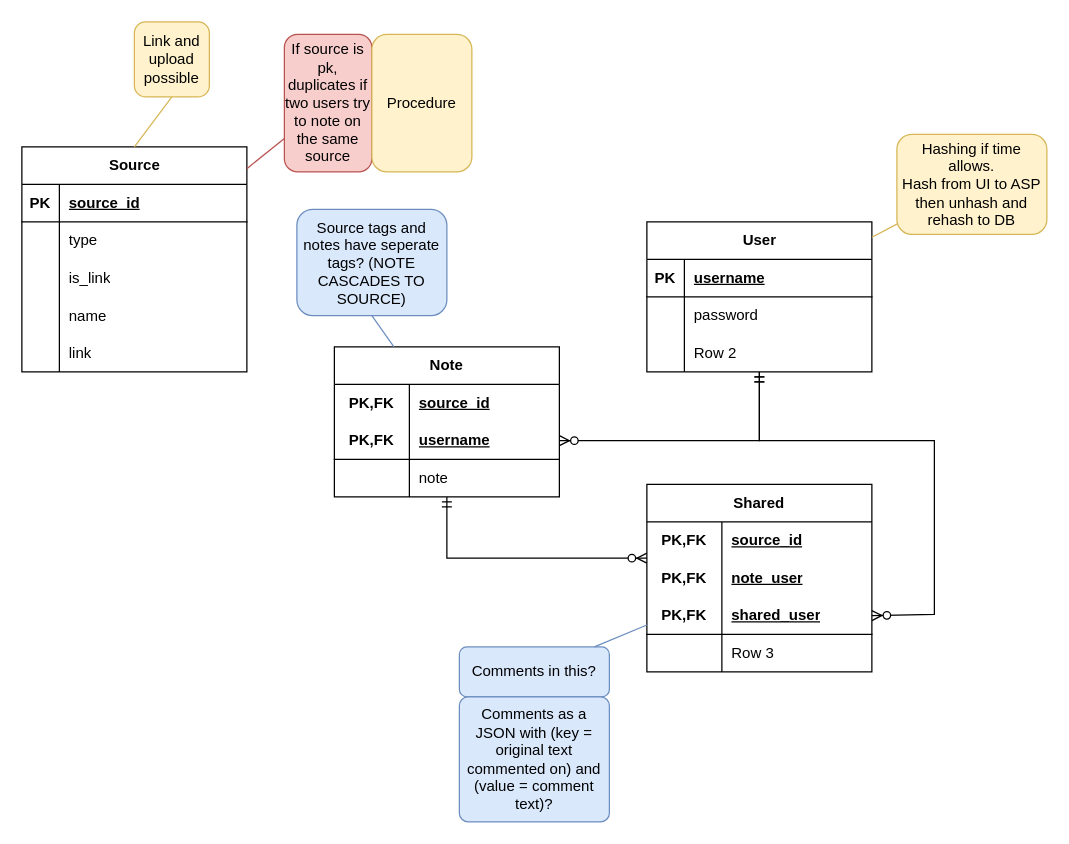
StevenKight/CS4982-Group-2 keeps this draw.io diagram as Documentation/Database/DB - ERD.drawio. Above is the earlier version. Source tidied: cells renumbered, new cells numbered last; positions are measured from the earlier drawing's top-left corner, leaving out a move shared by most shapes. Both pictures are drawn from the tidied source at 125%, with x=0, y=0 at pixel (21, 21).
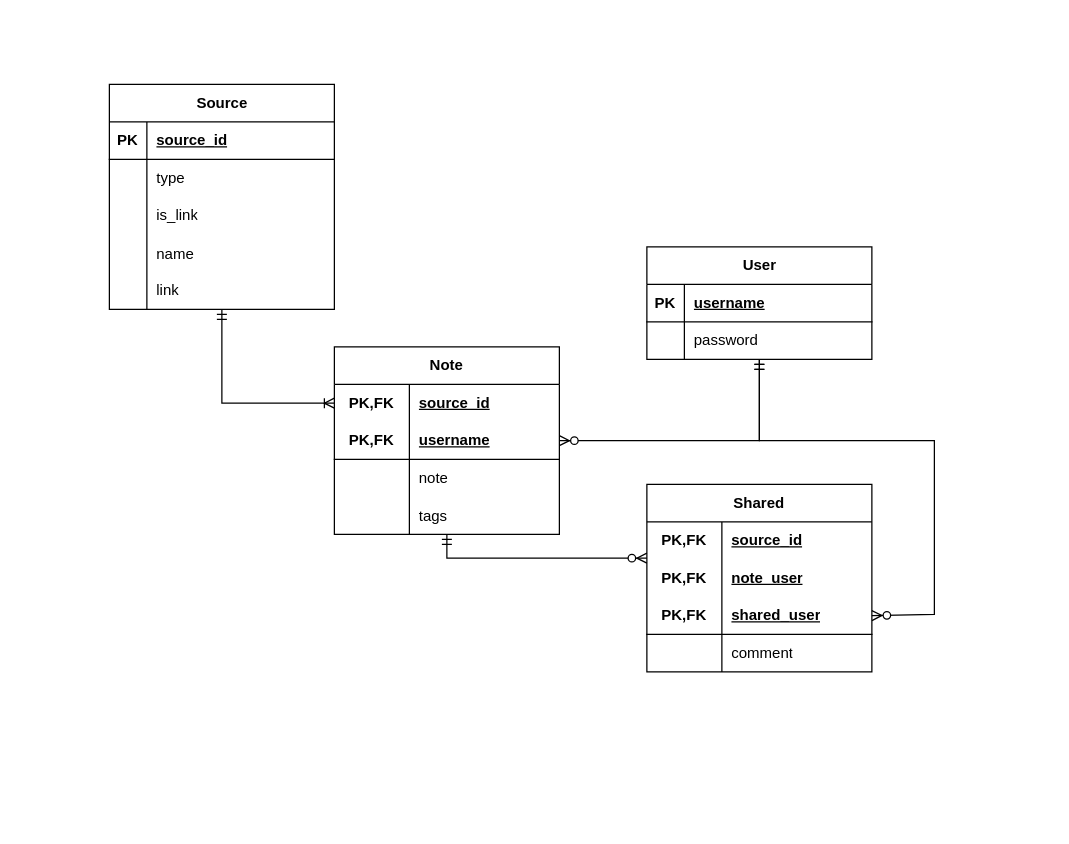
After the change.

Commit message (it also covers changes not shown here):
Finalize ERD and add tables and dummy data to SQL Server project.

Unchanged cells that the change refers to:
```xml
<mxCell id="19" style="shape=tableRow;horizontal=0;startSize=0;swimlaneHead=0;swimlaneBody=0;fillColor=none;points=[[0,0.5],[1,0.5]];portConstraint=eastwest;top=0;left=0;right=0;bottom=0;html=1;" parent="18" vertex="1">
  <mxGeometry y="30" width="180" height="30" as="geometry" />
</mxCell>
<mxCell id="45" value="Shared" style="shape=table;startSize=30;childLayout=tableLayout;rowLines=0;fontStyle=1;align=center;html=1;whiteSpace=wrap;" parent="1" vertex="1">
  <mxGeometry x="500" y="370" width="180" height="150" as="geometry" />
</mxCell>
<mxCell id="55" style="shape=tableRow;horizontal=0;startSize=0;swimlaneHead=0;swimlaneBody=0;fillColor=none;top=0;left=0;right=0;bottom=0;html=1;" parent="45" vertex="1">
  <mxGeometry y="120" width="180" height="30" as="geometry" />
</mxCell>
```

The edit, as a diff of the source:
```diff
@@
     <mxCell id="2" value="Source" style="shape=table;startSize=30;childLayout=tableLayout;rowLines=0;fontStyle=1;align=center;html=1;" parent="1" vertex="1">
-      <mxGeometry y="100" width="180" height="180" as="geometry" />
+      <mxGeometry x="70" y="50" width="180" height="180" as="geometry" />
     </mxCell>
@@
     <mxCell id="18" value="Note" style="shape=table;startSize=30;childLayout=tableLayout;rowLines=0;fontStyle=1;align=center;html=1;whiteSpace=wrap;" parent="1" vertex="1">
-      <mxGeometry x="250" y="260" width="180" height="120" as="geometry" />
+      <mxGeometry x="250" y="260" width="180" height="150" as="geometry" />
     </mxCell>
@@
+    <mxCell id="66" style="shape=tableRow;horizontal=0;startSize=0;swimlaneHead=0;swimlaneBody=0;fillColor=none;top=0;left=0;right=0;bottom=0;" parent="18" vertex="1">
+      <mxGeometry y="120" width="180" height="30" as="geometry" />
+    </mxCell>
+    <mxCell id="67" style="shape=partialRectangle;fillColor=none;top=0;left=0;bottom=0;right=0;overflow=hidden;" parent="66" vertex="1">
+      <mxGeometry width="60" height="30" as="geometry" />
+    </mxCell>
+    <mxCell id="68" value="tags" style="shape=partialRectangle;fillColor=none;top=0;left=0;bottom=0;right=0;align=left;spacingLeft=6;overflow=hidden;" parent="66" vertex="1">
+      <mxGeometry x="60" width="120" height="30" as="geometry" />
+    </mxCell>
     <mxCell id="28" value="User" style="shape=table;startSize=30;childLayout=tableLayout;rowLines=0;fontStyle=1;align=center;html=1;" parent="1" vertex="1">
-      <mxGeometry x="500" y="160" width="180" height="120" as="geometry" />
+      <mxGeometry x="500" y="180" width="180" height="90" as="geometry" />
     </mxCell>
@@
-    <mxCell id="35" style="shape=tableRow;horizontal=0;startSize=0;swimlaneHead=0;swimlaneBody=0;fillColor=none;top=0;left=0;right=0;bottom=0;" parent="28" vertex="1">
-      <mxGeometry y="90" width="180" height="30" as="geometry" />
-    </mxCell>
-    <mxCell id="36" style="shape=partialRectangle;fillColor=none;top=0;left=0;bottom=0;right=0;overflow=hidden;whiteSpace=wrap;html=1;" parent="35" vertex="1">
-      <mxGeometry width="30" height="30" as="geometry" />
-    </mxCell>
-    <mxCell id="37" value="Row 2" style="shape=partialRectangle;fillColor=none;top=0;left=0;bottom=0;right=0;align=left;spacingLeft=6;overflow=hidden;whiteSpace=wrap;html=1;" parent="35" vertex="1">
-      <mxGeometry x="30" width="150" height="30" as="geometry" />
-    </mxCell>
-    <mxCell id="38" value="Link and upload possible" style="rounded=1;whiteSpace=wrap;html=1;fillColor=#fff2cc;strokeColor=#d6b656;" parent="1" vertex="1">
-      <mxGeometry x="90" width="60" height="60" as="geometry" />
-    </mxCell>
-    <mxCell id="39" style="endArrow=none;html=1;rounded=0;exitX=0.5;exitY=0;exitDx=0;exitDy=0;entryX=0.5;entryY=1;entryDx=0;entryDy=0;fillColor=#fff2cc;strokeColor=#d6b656;" parent="1" edge="1" source="2" target="38">
-      <mxGeometry relative="1" as="geometry" />
-    </mxCell>
@@
-    <mxCell id="41" value="If source is pk, duplicates if two users try to note on the same source" style="rounded=1;whiteSpace=wrap;html=1;fillColor=#f8cecc;strokeColor=#b85450;" parent="1" vertex="1">
-      <mxGeometry x="210" y="10" width="70" height="110" as="geometry" />
-    </mxCell>
-    <mxCell id="42" style="endArrow=none;html=1;rounded=0;fillColor=#f8cecc;strokeColor=#b85450;" parent="1" edge="1" source="2" target="41">
-      <mxGeometry relative="1" as="geometry" />
-    </mxCell>
-    <mxCell id="43" value="Source tags and notes have seperate tags? (NOTE CASCADES TO SOURCE)" style="rounded=1;whiteSpace=wrap;html=1;fillColor=#dae8fc;strokeColor=#6c8ebf;" parent="1" vertex="1">
-      <mxGeometry x="220" y="150" width="120" height="85" as="geometry" />
-    </mxCell>
-    <mxCell id="44" style="endArrow=none;html=1;rounded=0;entryX=0.5;entryY=1;entryDx=0;entryDy=0;fillColor=#dae8fc;strokeColor=#6c8ebf;" parent="1" edge="1" source="18" target="43">
-      <mxGeometry relative="1" as="geometry" />
-    </mxCell>
@@
-    <mxCell id="57" value="Row 3" style="shape=partialRectangle;fillColor=none;top=0;left=0;bottom=0;right=0;align=left;spacingLeft=6;overflow=hidden;html=1;whiteSpace=wrap;" parent="55" vertex="1">
+    <mxCell id="57" value="comment" style="shape=partialRectangle;fillColor=none;top=0;left=0;bottom=0;right=0;align=left;spacingLeft=6;overflow=hidden;html=1;whiteSpace=wrap;" parent="55" vertex="1">
       <mxGeometry x="60" width="120" height="30" as="geometry" />
     </mxCell>
@@
-    <mxCell id="60" value="Comments in this?" style="rounded=1;whiteSpace=wrap;html=1;fillColor=#dae8fc;strokeColor=#6c8ebf;" parent="1" vertex="1">
-      <mxGeometry x="350" y="500" width="120" height="40" as="geometry" />
-    </mxCell>
-    <mxCell id="61" style="endArrow=none;html=1;rounded=0;fillColor=#dae8fc;strokeColor=#6c8ebf;" parent="1" edge="1" source="60" target="45">
-      <mxGeometry relative="1" as="geometry" />
-    </mxCell>
-    <mxCell id="62" value="Comments as a JSON with (key = original text commented on) and (value = comment text)?" style="rounded=1;whiteSpace=wrap;html=1;fillColor=#dae8fc;strokeColor=#6c8ebf;arcSize=7;" parent="1" vertex="1">
-      <mxGeometry x="350" y="540" width="120" height="100" as="geometry" />
-    </mxCell>
-    <mxCell id="63" value="Hashing if time allows.&lt;br&gt;Hash from UI to ASP then unhash and rehash to DB" style="rounded=1;whiteSpace=wrap;html=1;fillColor=#fff2cc;strokeColor=#d6b656;" parent="1" vertex="1">
-      <mxGeometry x="700" y="90" width="120" height="80" as="geometry" />
-    </mxCell>
-    <mxCell id="64" style="endArrow=none;html=1;rounded=0;fillColor=#fff2cc;strokeColor=#d6b656;" parent="1" edge="1" source="28" target="63">
-      <mxGeometry relative="1" as="geometry" />
-    </mxCell>
-    <mxCell id="65" value="Procedure" style="rounded=1;whiteSpace=wrap;html=1;fillColor=#fff2cc;strokeColor=#d6b656;" parent="1" vertex="1">
-      <mxGeometry x="280" y="10" width="80" height="110" as="geometry" />
-    </mxCell>
+    <mxCell id="69" style="edgeStyle=orthogonalEdgeStyle;fontSize=12;html=1;endArrow=ERoneToMany;startArrow=ERmandOne;rounded=0;" parent="1" edge="1" source="2" target="19">
+      <mxGeometry relative="1" as="geometry" />
+    </mxCell>
```
